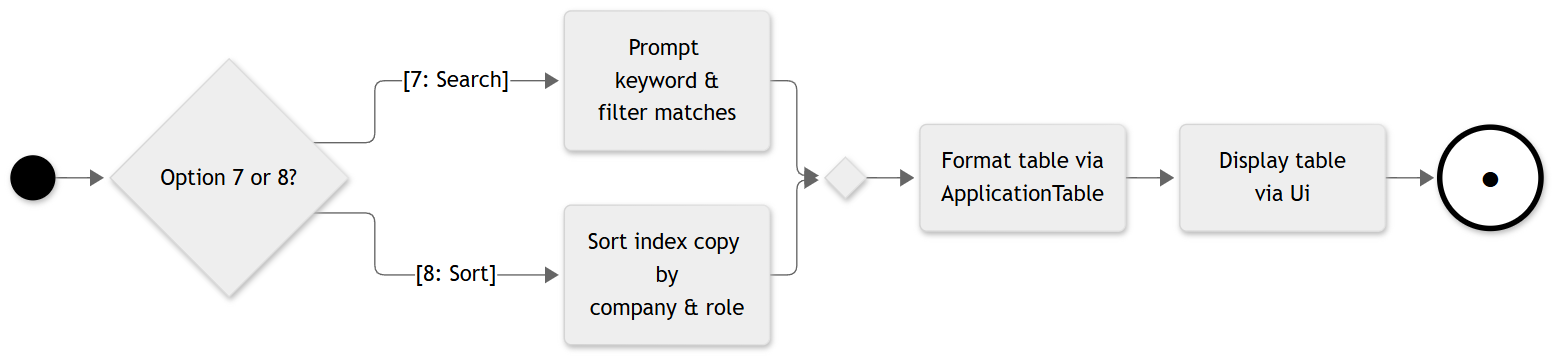
The Mermaid diagram docs/diagrams/search-sort-activity.png in AY2627S1-CS2113-T10-2/tp, before a commit. Its source is kept beside it as docs/diagrams/sources/search-sort-activity.mmd.
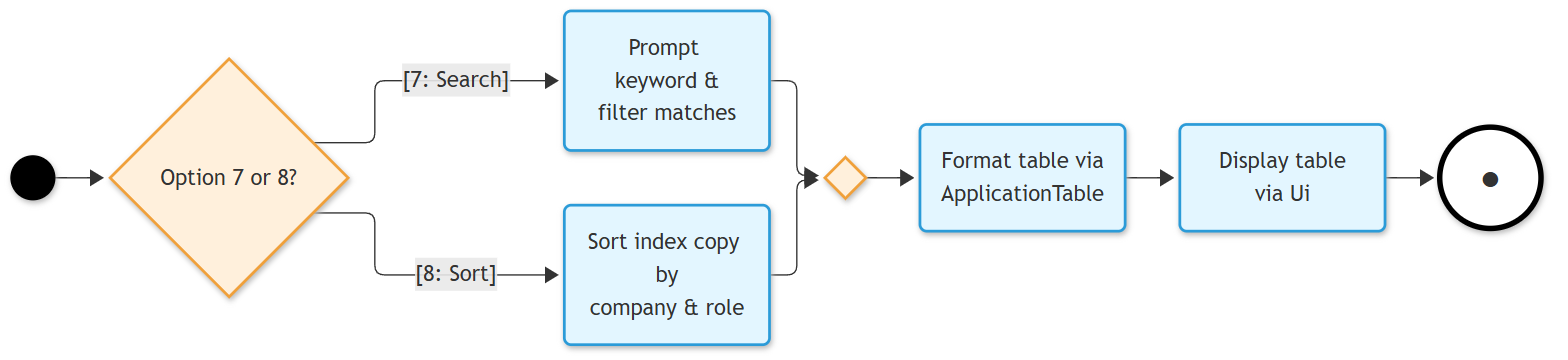
Later version of the same file.

The edit, as a diff of the source:
```diff
@@ -1,12 +1,14 @@
-%%{init: {'theme': 'neutral'}}%%
+%%{init: {'theme': 'default'}}%%
 flowchart LR
-    Start(( )):::start --> Choice{"Option 7 or 8?"}
-    Choice -->|"[7: Search]"| Prompt("Prompt keyword &<br/>filter matches")
-    Choice -->|"[8: Sort]"| Sort("Sort index copy by<br/>company & role")
-    Prompt --> MergeTable{ }
+    Start(( )):::start --> Choice{"Option 7 or 8?"}:::decision
+    Choice -->|"[7: Search]"| Prompt("Prompt keyword &<br/>filter matches"):::action
+    Choice -->|"[8: Sort]"| Sort("Sort index copy by<br/>company & role"):::action
+    Prompt --> MergeTable{ }:::decision
     Sort --> MergeTable
-    MergeTable --> Table("Format table via<br/>ApplicationTable")
-    Table --> Display("Display table<br/>via Ui")
+    MergeTable --> Table("Format table via<br/>ApplicationTable"):::action
+    Table --> Display("Display table<br/>via Ui"):::action
     Display --> End(("●")):::finish
     classDef start fill:#000,stroke:#000
     classDef finish fill:#fff,stroke:#000,stroke-width:4px,font-size:26px
+    classDef action fill:#e3f6ff,stroke:#2b9bd8,stroke-width:2px
+    classDef decision fill:#fff0dc,stroke:#f0a03a,stroke-width:2px
```
